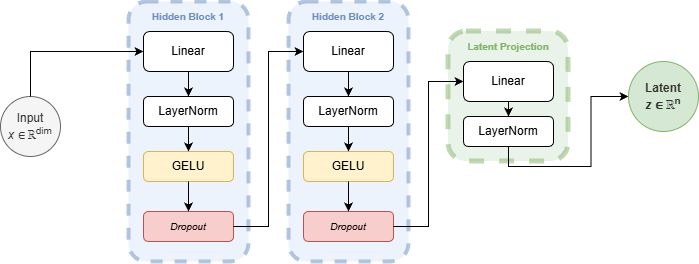
Earlier version of the draw.io export Documentazione/images/modelsss/EncoderApp3.png (Fonty02/HallucinationDetection). Source tidied: cells renumbered, new cells last; positions are measured from the earlier drawing's top-left corner, leaving out a move shared by most shapes.
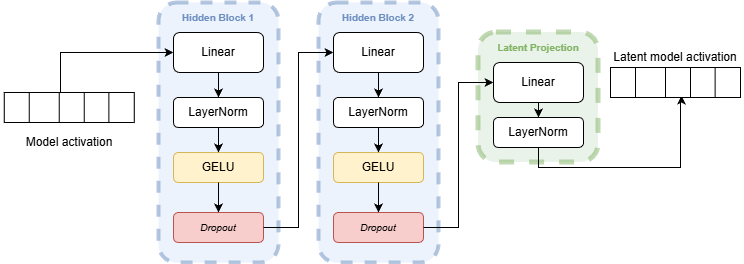
The same diagram one commit later.

What changed in the source:
```diff
@@ -2,9 +2,6 @@
   <root>
     <mxCell id="0" />
     <mxCell id="1" parent="0" />
-    <mxCell id="2" value="Input&lt;br&gt;&lt;i&gt;x&lt;/i&gt; ∈ ℝ&lt;sup&gt;dim&lt;/sup&gt;" style="ellipse;whiteSpace=wrap;html=1;fillColor=#f5f5f5;strokeColor=#666666;fontColor=#333333;" parent="1" vertex="1">
-      <mxGeometry y="95" width="60" height="60" as="geometry" />
-    </mxCell>
     <mxCell id="3" style="rounded=1;whiteSpace=wrap;html=1;fillColor=#dae8fc;strokeColor=#6c8ebf;dashed=1;opacity=50;strokeWidth=4;" parent="1" vertex="1">
       <mxGeometry x="128" width="120" height="260" as="geometry" />
     </mxCell>
@@ -53,9 +50,6 @@
     <mxCell id="18" value="LayerNorm" style="rounded=1;whiteSpace=wrap;html=1;fillColor=#ffffff;strokeColor=#000000;" parent="1" vertex="1">
       <mxGeometry x="463" y="115" width="90" height="30" as="geometry" />
     </mxCell>
-    <mxCell id="19" value="Latent&lt;br&gt;&lt;i&gt;z&lt;/i&gt; ∈ ℝ&lt;sup&gt;n&lt;/sup&gt;" style="ellipse;whiteSpace=wrap;html=1;fillColor=#d5e8d4;strokeColor=#82b366;fontColor=#333333;fontStyle=1;" parent="1" vertex="1">
-      <mxGeometry x="628" y="60" width="70" height="70" as="geometry" />
-    </mxCell>
     <mxCell id="20" style="edgeStyle=orthogonalEdgeStyle;rounded=0;jettySize=auto;html=1;" parent="1" edge="1" source="8" target="11">
       <mxGeometry relative="1" as="geometry">
         <Array as="points">
@@ -72,8 +66,15 @@
         </Array>
       </mxGeometry>
     </mxCell>
-    <mxCell id="22" style="edgeStyle=orthogonalEdgeStyle;rounded=0;jettySize=auto;html=1;exitX=0.5;exitY=1;exitDx=0;exitDy=0;" parent="1" edge="1" source="18" target="19">
-      <mxGeometry relative="1" as="geometry" />
+    <mxCell id="22" style="edgeStyle=orthogonalEdgeStyle;rounded=0;jettySize=auto;html=1;exitX=0.5;exitY=1;exitDx=0;exitDy=0;entryX=0.453;entryY=0.06;entryDx=0;entryDy=0;entryPerimeter=0;" parent="1" edge="1" source="18" target="39">
+      <mxGeometry relative="1" as="geometry">
+        <Array as="points">
+          <mxPoint x="508" y="165" />
+          <mxPoint x="650" y="165" />
+          <mxPoint x="650" y="95" />
+          <mxPoint x="651" y="95" />
+        </Array>
+      </mxGeometry>
     </mxCell>
     <mxCell id="23" parent="1" edge="1" source="5" target="6">
       <mxGeometry relative="1" as="geometry" />
@@ -96,12 +97,79 @@
     <mxCell id="29" parent="1" edge="1" source="17" target="18">
       <mxGeometry relative="1" as="geometry" />
     </mxCell>
-    <mxCell id="30" style="endArrow=classic;html=1;rounded=0;exitX=0.5;exitY=0;exitDx=0;exitDy=0;entryX=0;entryY=0.5;entryDx=0;entryDy=0;" parent="1" edge="1" source="2" target="5">
+    <mxCell id="30" style="endArrow=classic;html=1;rounded=0;exitX=0.5;exitY=0;exitDx=0;exitDy=0;entryX=0;entryY=0.5;entryDx=0;entryDy=0;" parent="1" edge="1" target="5">
       <mxGeometry relative="1" as="geometry">
+        <mxPoint x="30" y="95" as="sourcePoint" />
         <Array as="points">
           <mxPoint x="30" y="50" />
         </Array>
       </mxGeometry>
     </mxCell>
+    <mxCell id="31" style="group;rotation=90;" parent="1" vertex="1">
+      <mxGeometry x="23.8" y="40" width="30" height="130" as="geometry" />
+    </mxCell>
+    <mxCell id="32" style="rounded=0;whiteSpace=wrap;html=1;rotation=180;" parent="31" vertex="1">
+      <mxGeometry x="-50" y="50" width="130" height="30" as="geometry" />
+    </mxCell>
+    <mxCell id="33" style="endArrow=none;html=1;rounded=0;exitX=0.195;exitY=0.997;exitDx=0;exitDy=0;exitPerimeter=0;entryX=0.195;entryY=0.003;entryDx=0;entryDy=0;entryPerimeter=0;" parent="31" edge="1" source="32" target="32">
+      <mxGeometry relative="1" as="geometry" />
+    </mxCell>
+    <mxCell id="34" style="endArrow=none;html=1;rounded=0;exitX=0.195;exitY=0.997;exitDx=0;exitDy=0;exitPerimeter=0;entryX=0.195;entryY=0.003;entryDx=0;entryDy=0;entryPerimeter=0;" parent="31" edge="1">
+      <mxGeometry relative="1" as="geometry">
+        <mxPoint x="30" y="50" as="sourcePoint" />
+        <mxPoint x="30" y="80" as="targetPoint" />
+      </mxGeometry>
+    </mxCell>
+    <mxCell id="35" style="endArrow=none;html=1;rounded=0;exitX=0.195;exitY=0.997;exitDx=0;exitDy=0;exitPerimeter=0;entryX=0.195;entryY=0.003;entryDx=0;entryDy=0;entryPerimeter=0;" parent="31" edge="1">
+      <mxGeometry relative="1" as="geometry">
+        <mxPoint x="5" y="50" as="sourcePoint" />
+        <mxPoint x="5" y="80" as="targetPoint" />
+      </mxGeometry>
+    </mxCell>
+    <mxCell id="36" style="endArrow=none;html=1;rounded=0;exitX=0.195;exitY=0.997;exitDx=0;exitDy=0;exitPerimeter=0;entryX=0.195;entryY=0.003;entryDx=0;entryDy=0;entryPerimeter=0;" parent="31" edge="1">
+      <mxGeometry relative="1" as="geometry">
+        <mxPoint x="-25" y="50" as="sourcePoint" />
+        <mxPoint x="-25" y="80" as="targetPoint" />
+        <Array as="points">
+          <mxPoint x="-25" y="60" />
+        </Array>
+      </mxGeometry>
+    </mxCell>
+    <mxCell id="37" value="Model activation" style="text;html=1;whiteSpace=wrap;strokeColor=none;fillColor=none;align=center;verticalAlign=middle;rounded=0;" parent="1" vertex="1">
+      <mxGeometry x="-30" y="125" width="137.5" height="30" as="geometry" />
+    </mxCell>
+    <mxCell id="38" style="group;rotation=90;" parent="1" vertex="1">
+      <mxGeometry x="630" y="15" width="30" height="130" as="geometry" />
+    </mxCell>
+    <mxCell id="39" style="rounded=0;whiteSpace=wrap;html=1;rotation=180;" parent="38" vertex="1">
+      <mxGeometry x="-50" y="50" width="130" height="30" as="geometry" />
+    </mxCell>
+    <mxCell id="40" style="endArrow=none;html=1;rounded=0;exitX=0.195;exitY=0.997;exitDx=0;exitDy=0;exitPerimeter=0;entryX=0.195;entryY=0.003;entryDx=0;entryDy=0;entryPerimeter=0;" parent="38" edge="1" source="39" target="39">
+      <mxGeometry relative="1" as="geometry" />
+    </mxCell>
+    <mxCell id="41" style="endArrow=none;html=1;rounded=0;exitX=0.195;exitY=0.997;exitDx=0;exitDy=0;exitPerimeter=0;entryX=0.195;entryY=0.003;entryDx=0;entryDy=0;entryPerimeter=0;" parent="38" edge="1">
+      <mxGeometry relative="1" as="geometry">
+        <mxPoint x="30" y="50" as="sourcePoint" />
+        <mxPoint x="30" y="80" as="targetPoint" />
+      </mxGeometry>
+    </mxCell>
+    <mxCell id="42" style="endArrow=none;html=1;rounded=0;exitX=0.195;exitY=0.997;exitDx=0;exitDy=0;exitPerimeter=0;entryX=0.195;entryY=0.003;entryDx=0;entryDy=0;entryPerimeter=0;" parent="38" edge="1">
+      <mxGeometry relative="1" as="geometry">
+        <mxPoint x="5" y="50" as="sourcePoint" />
+        <mxPoint x="5" y="80" as="targetPoint" />
+      </mxGeometry>
+    </mxCell>
+    <mxCell id="43" style="endArrow=none;html=1;rounded=0;exitX=0.195;exitY=0.997;exitDx=0;exitDy=0;exitPerimeter=0;entryX=0.195;entryY=0.003;entryDx=0;entryDy=0;entryPerimeter=0;" parent="38" edge="1">
+      <mxGeometry relative="1" as="geometry">
+        <mxPoint x="-25" y="50" as="sourcePoint" />
+        <mxPoint x="-25" y="80" as="targetPoint" />
+        <Array as="points">
+          <mxPoint x="-25" y="60" />
+        </Array>
+      </mxGeometry>
+    </mxCell>
+    <mxCell id="44" value="Latent model activation" style="text;html=1;whiteSpace=wrap;strokeColor=none;fillColor=none;align=center;verticalAlign=middle;rounded=0;" parent="1" vertex="1">
+      <mxGeometry x="576.2" y="40" width="137.5" height="30" as="geometry" />
+    </mxCell>
   </root>
 </mxGraphModel>
```
